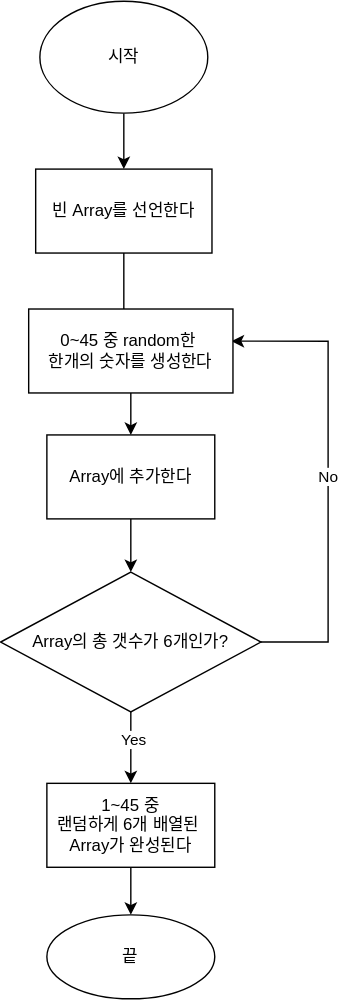
Before: lotto flowchart.svg, a diagram exported from draw.io (yagom-academy/swift-starter-Round2). Source tidied: cells renumbered, new cells last; positions are measured from the earlier drawing's top-left corner, leaving out a move shared by most shapes.
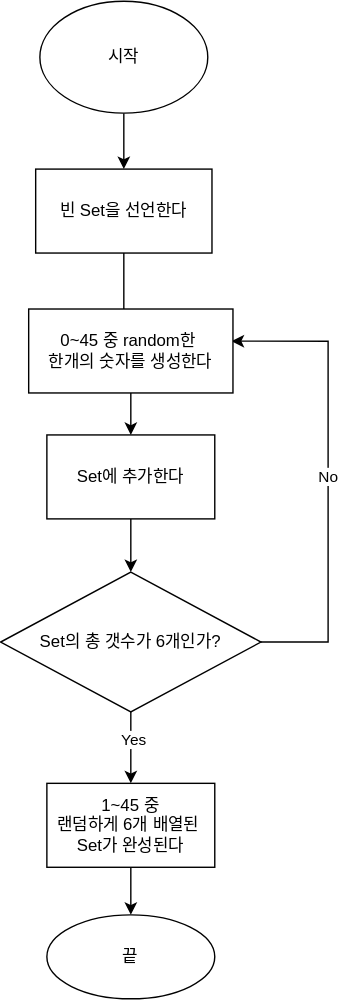
After the change.

The edit, as a diff of the source:
```diff
@@ -15,7 +15,7 @@
         </Array>
       </mxGeometry>
     </mxCell>
-    <mxCell id="5" value="빈 Array를 선언한다" style="whiteSpace=wrap;html=1;" parent="1" vertex="1">
+    <mxCell id="5" value="빈 Set을 선언한다" style="whiteSpace=wrap;html=1;" parent="1" vertex="1">
       <mxGeometry x="25" y="120" width="126" height="60" as="geometry" />
     </mxCell>
     <mxCell id="6" style="edgeStyle=orthogonalEdgeStyle;rounded=0;jettySize=auto;html=1;exitX=0.5;exitY=1;exitDx=0;exitDy=0;" parent="1" edge="1" source="9" target="11">
@@ -34,13 +34,13 @@
         </Array>
       </mxGeometry>
     </mxCell>
-    <mxCell id="9" value="Array의 총 갯수가 6개인가?" style="rhombus;whiteSpace=wrap;html=1;" parent="1" vertex="1">
+    <mxCell id="9" value="Set의 총 갯수가 6개인가?" style="rhombus;whiteSpace=wrap;html=1;" parent="1" vertex="1">
       <mxGeometry y="408" width="186" height="100" as="geometry" />
     </mxCell>
     <mxCell id="10" style="edgeStyle=orthogonalEdgeStyle;rounded=0;jettySize=auto;html=1;entryX=0.5;entryY=0;entryDx=0;entryDy=0;" parent="1" edge="1" source="11" target="12">
       <mxGeometry relative="1" as="geometry" />
     </mxCell>
-    <mxCell id="11" value="1~45 중&lt;br&gt;랜덤하게 6개 배열된&amp;nbsp;&lt;br&gt;Array가 완성된다" style="whiteSpace=wrap;html=1;" parent="1" vertex="1">
+    <mxCell id="11" value="1~45 중&lt;br&gt;랜덤하게 6개 배열된&amp;nbsp;&lt;br&gt;Set가 완성된다" style="whiteSpace=wrap;html=1;" parent="1" vertex="1">
       <mxGeometry x="33" y="559" width="120" height="60" as="geometry" />
     </mxCell>
     <mxCell id="12" value="끝" style="ellipse;whiteSpace=wrap;html=1;" parent="1" vertex="1">
@@ -55,7 +55,7 @@
     <mxCell id="15" style="edgeStyle=orthogonalEdgeStyle;rounded=0;jettySize=auto;html=1;entryX=0.5;entryY=0;entryDx=0;entryDy=0;" parent="1" edge="1" source="16" target="9">
       <mxGeometry relative="1" as="geometry" />
     </mxCell>
-    <mxCell id="16" value="Array에 추가한다" style="whiteSpace=wrap;html=1;" parent="1" vertex="1">
+    <mxCell id="16" value="Set에 추가한다" style="whiteSpace=wrap;html=1;" parent="1" vertex="1">
       <mxGeometry x="33" y="310" width="120" height="60" as="geometry" />
     </mxCell>
   </root>
```
